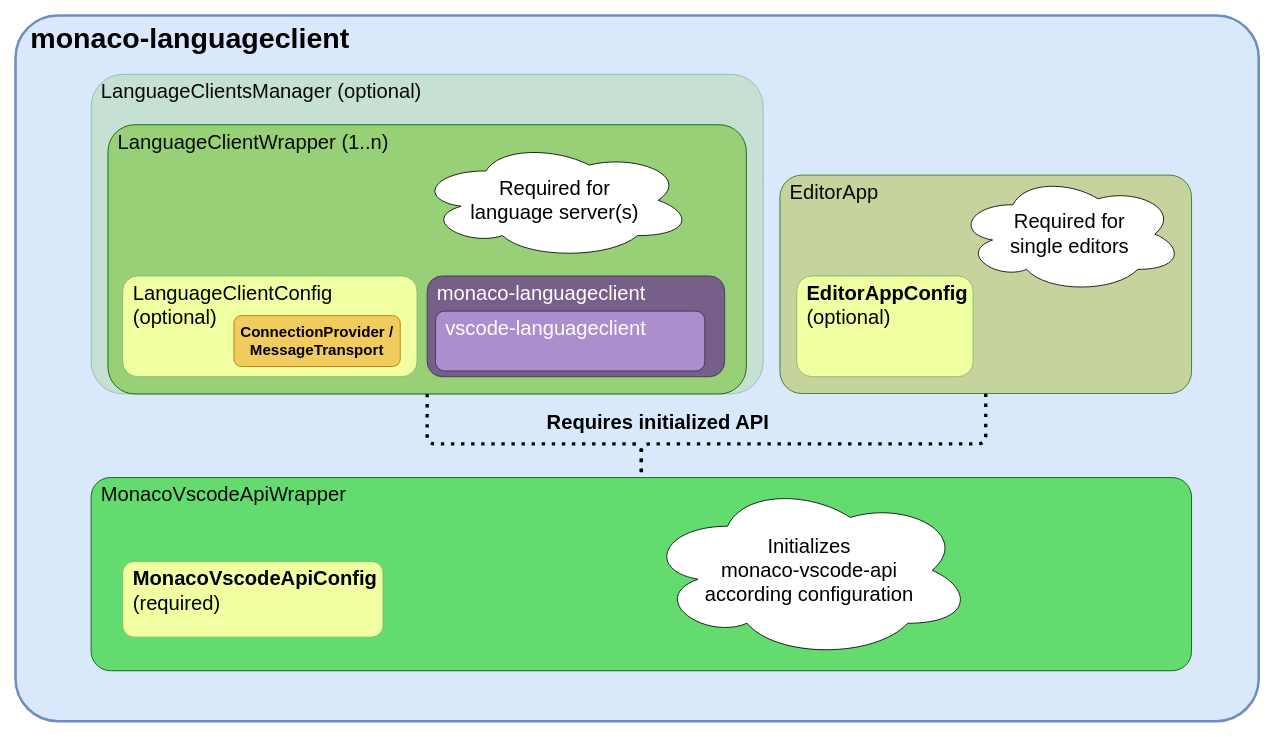
Earlier version of the draw.io diagram docs/diagrams/mlc-details.drawio (TypeFox/monaco-languageclient). Source tidied: cells renumbered, new cells numbered last; positions are measured from the earlier drawing's top-left corner, leaving out a move shared by most shapes. Both pictures are drawn from the tidied source at 84%, with x=0, y=0 at pixel (15, 15).
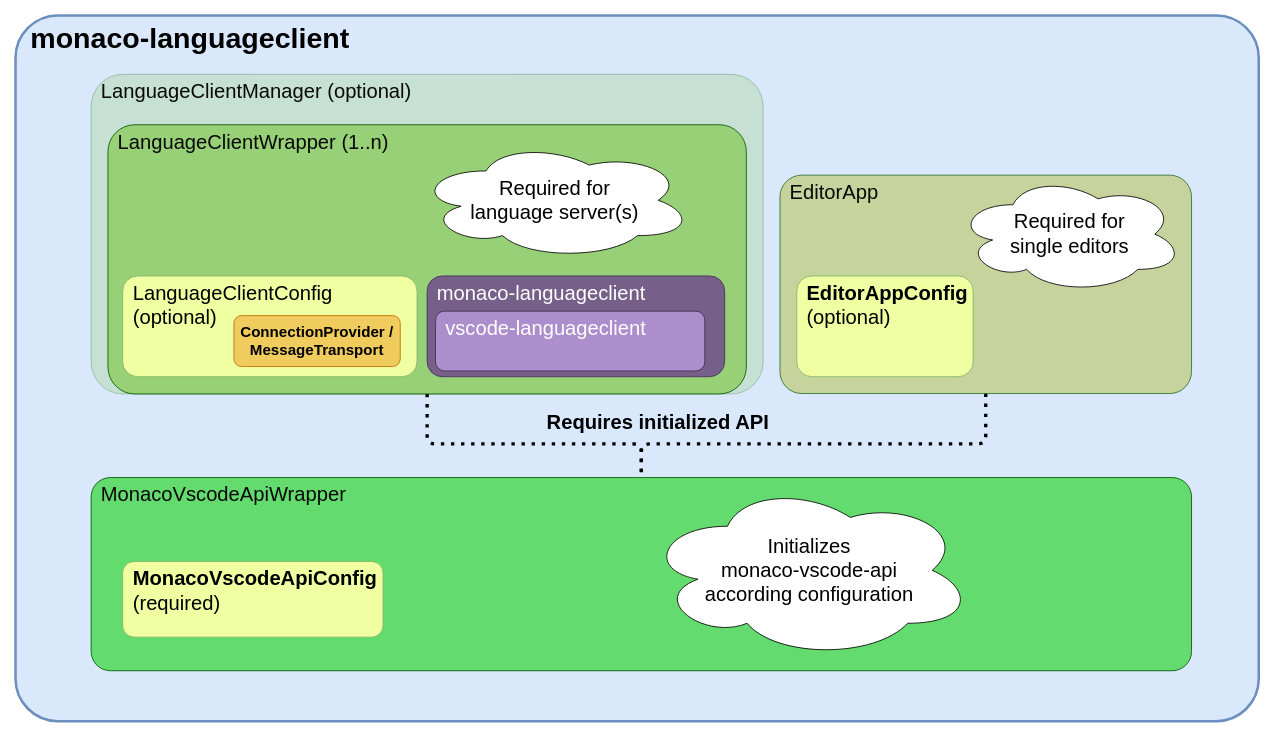
The same page after the edit.

Change to the diagram source:
```diff
@@
-    <mxCell id="4" value="&lt;font style=&quot;font-size: 24px;&quot;&gt;LanguageClientsManager (optional)&lt;/font&gt;" style="rounded=1;html=1;fillColor=light-dark(#97D077,#80CC80);strokeColor=#005700;fontColor=#090909;verticalAlign=top;arcSize=10;whiteSpace=wrap;align=left;spacingLeft=10;opacity=30;" parent="1" vertex="1">
+    <mxCell id="4" value="&lt;font style=&quot;font-size: 24px;&quot;&gt;LanguageClientManager (optional)&lt;/font&gt;" style="rounded=1;html=1;fillColor=light-dark(#97D077,#80CC80);strokeColor=#005700;fontColor=#090909;verticalAlign=top;arcSize=10;whiteSpace=wrap;align=left;spacingLeft=10;opacity=30;" parent="1" vertex="1">
       <mxGeometry x="90" y="70" width="800" height="380.5" as="geometry" />
     </mxCell>
```
